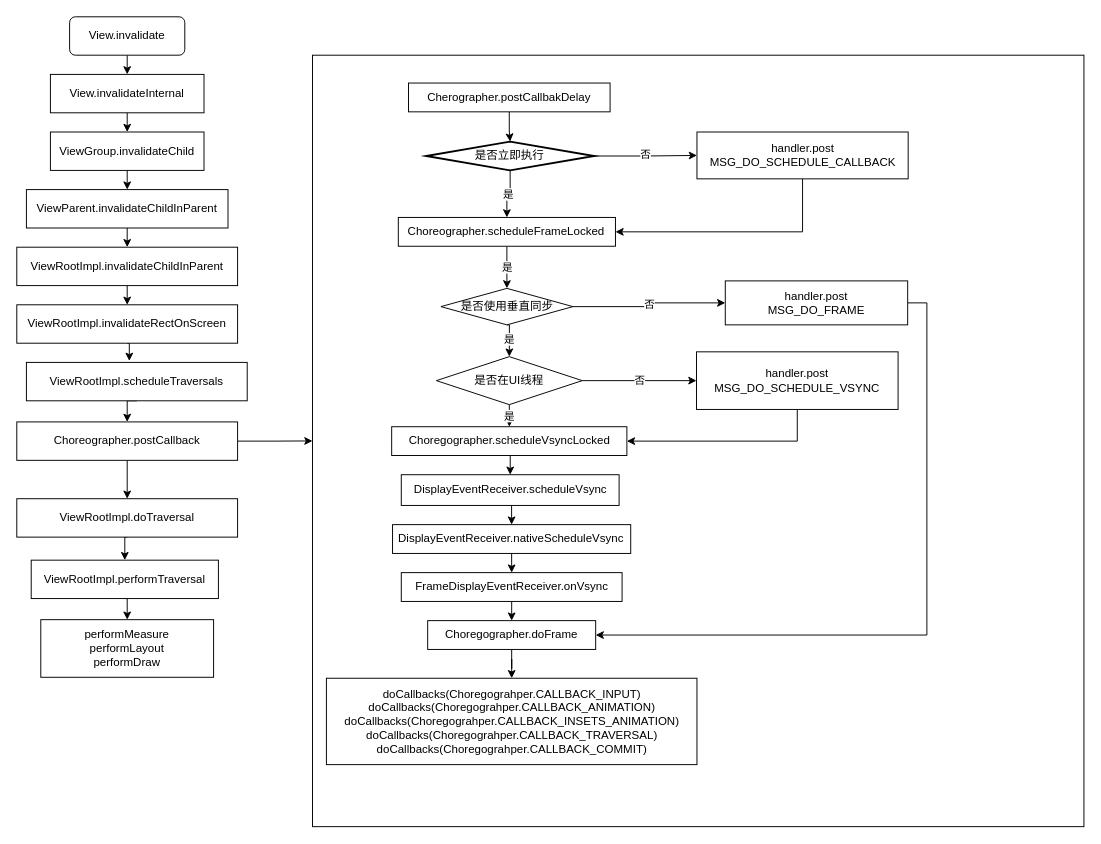
Above: Choreographer.drawio in wairdell/Draw.io (draw.io), before the change. Source tidied: cells renumbered, new cells numbered last; positions are measured from the earlier drawing's top-left corner, leaving out a move shared by most shapes. Both pictures are drawn from the tidied source at 96%, with x=0, y=0 at pixel (16, 16).
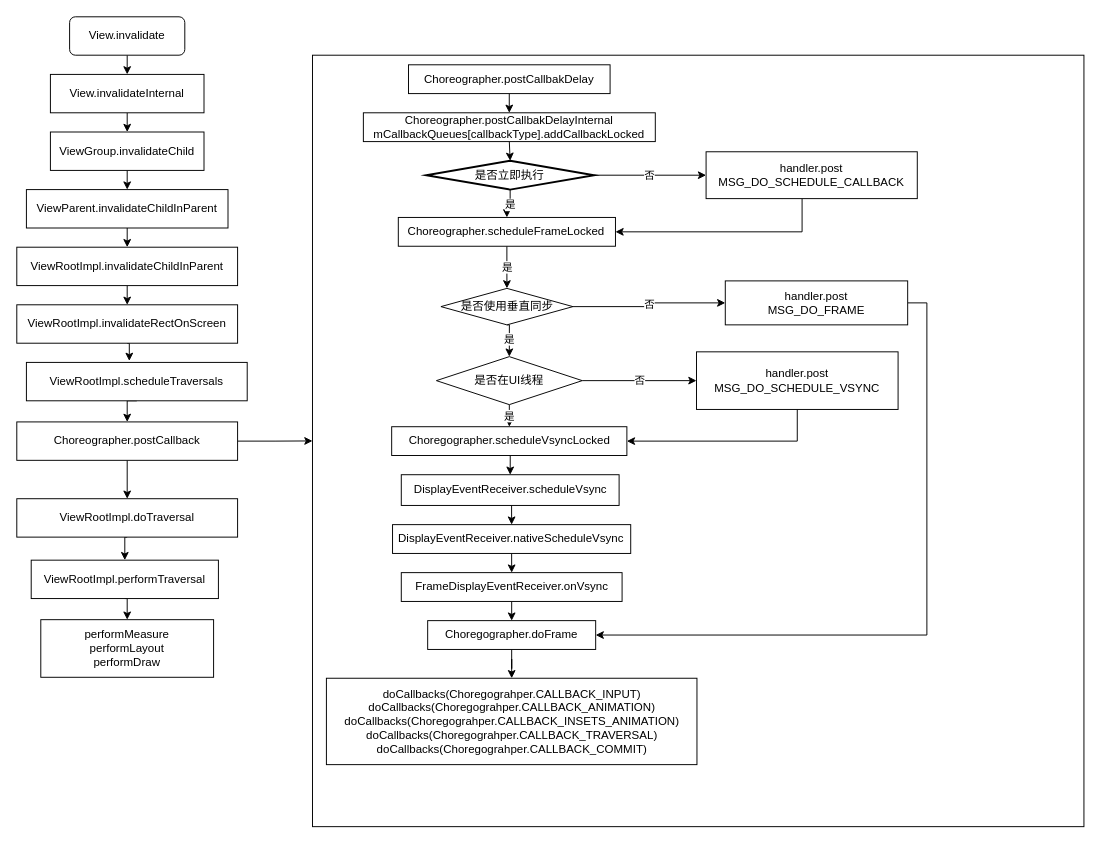
The same diagram, later.

What changed in the source:
```diff
@@
-    <mxCell id="25" style="edgeStyle=orthogonalEdgeStyle;rounded=0;jettySize=auto;html=1;" parent="1" edge="1" source="26" target="29">
-      <mxGeometry relative="1" as="geometry" />
-    </mxCell>
+    <mxCell id="57" style="edgeStyle=orthogonalEdgeStyle;rounded=0;jettySize=auto;html=1;exitX=0.5;exitY=1;exitDx=0;exitDy=0;" parent="1" edge="1" source="26" target="59">
+      <mxGeometry relative="1" as="geometry" />
+    </mxCell>
-    <mxCell id="26" value="Cherographer.postCallbakDelay" style="rounded=0;whiteSpace=wrap;html=1;" parent="1" vertex="1">
-      <mxGeometry x="408" y="69" width="210" height="30" as="geometry" />
+    <mxCell id="26" value="Choreographer.postCallbakDelay" style="rounded=0;whiteSpace=wrap;html=1;" parent="1" vertex="1">
+      <mxGeometry x="408" y="50" width="210" height="30" as="geometry" />
     </mxCell>
@@
     <mxCell id="29" value="是否立即执行" style="strokeWidth=2;html=1;shape=mxgraph.flowchart.decision;whiteSpace=wrap;" parent="1" vertex="1">
-      <mxGeometry x="426.4" y="130" width="175" height="30" as="geometry" />
+      <mxGeometry x="426.4" y="150" width="175" height="30" as="geometry" />
     </mxCell>
@@
     <mxCell id="38" value="handler.post&lt;br&gt;MSG_DO_SCHEDULE_CALLBACK" style="rounded=0;whiteSpace=wrap;html=1;" parent="1" vertex="1">
-      <mxGeometry x="708.5" y="120" width="220" height="48.8" as="geometry" />
+      <mxGeometry x="718" y="140.6" width="220" height="48.8" as="geometry" />
     </mxCell>
@@
+    <mxCell id="58" style="edgeStyle=orthogonalEdgeStyle;rounded=0;jettySize=auto;html=1;exitX=0.5;exitY=1;exitDx=0;exitDy=0;entryX=0.5;entryY=0;entryDx=0;entryDy=0;entryPerimeter=0;" parent="1" edge="1" source="59" target="29">
+      <mxGeometry relative="1" as="geometry" />
+    </mxCell>
+    <mxCell id="59" value="Choreographer.postCallbakDelayInternal&lt;br&gt;mCallbackQueues[callbackType].addCallbackLocked" style="rounded=0;whiteSpace=wrap;html=1;" parent="1" vertex="1">
+      <mxGeometry x="361" y="100" width="304.1" height="30" as="geometry" />
+    </mxCell>
```
